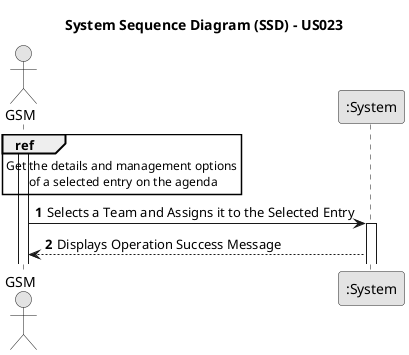
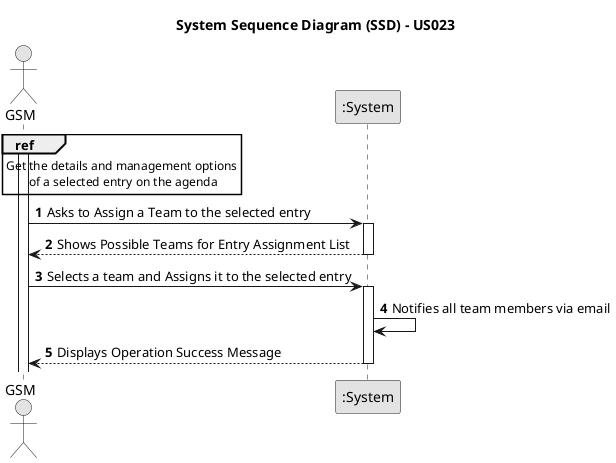
@startuml
skinparam monochrome true
skinparam packageStyle rectangle
skinparam shadowing false

title System Sequence Diagram (SSD) - US023

autonumber

actor "GSM" as GSM
participant ":System" as UI2

activate GSM

ref over GSM : Get the details and management options\n of a selected entry on the agenda

- GSM -> UI2 : Selects a Team and Assigns it to the Selected Entry
+ GSM -> UI2 : Asks to Assign a Team to the selected entry

activate UI2

+ UI2 --> GSM : Shows Possible Teams for Entry Assignment List
+ 
+ deactivate UI2
+ 
+ GSM -> UI2 : Selects a team and Assigns it to the selected entry
+ 
+ activate UI2
+ 
+ UI2 -> UI2 : Notifies all team members via email
+ 
UI2 --> GSM : Displays Operation Success Message
+ 
+ deactivate UI2


@enduml
